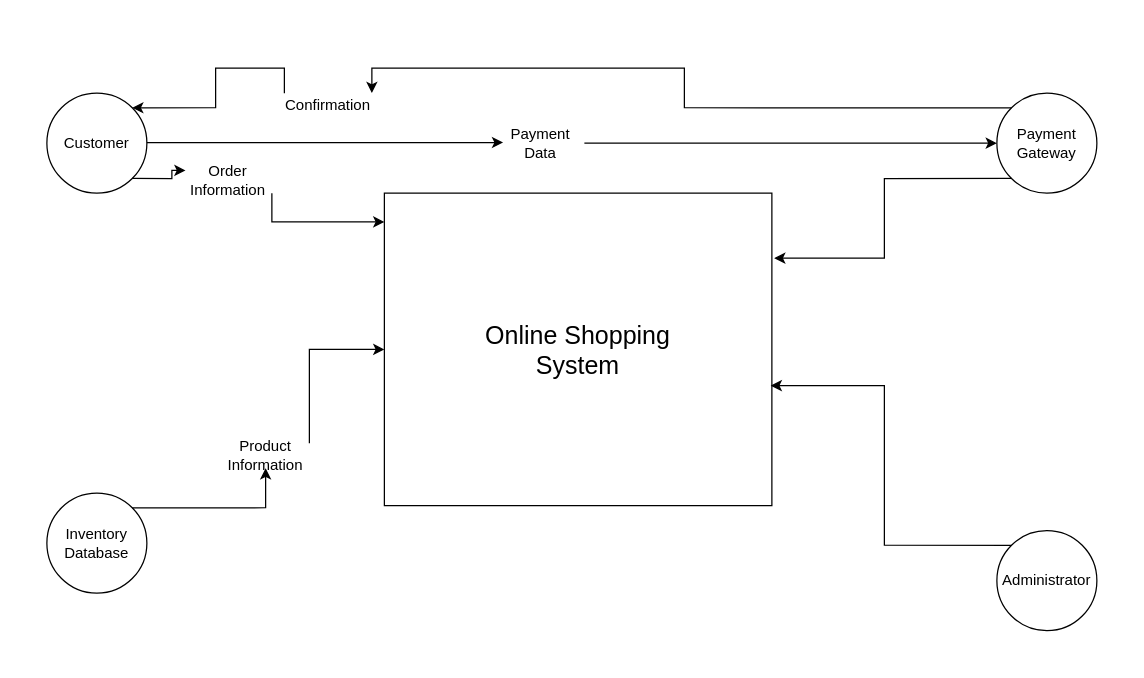
Chukwuebuka-2003/SE-DFD keeps this draw.io diagram as level 0 DFD.drawio. Above is the earlier version. Source tidied: cells renumbered, new cells numbered last; positions are measured from the earlier drawing's top-left corner, leaving out a move shared by most shapes. Both pictures are drawn from the tidied source at 125%, with x=0, y=0 at pixel (46, 92).
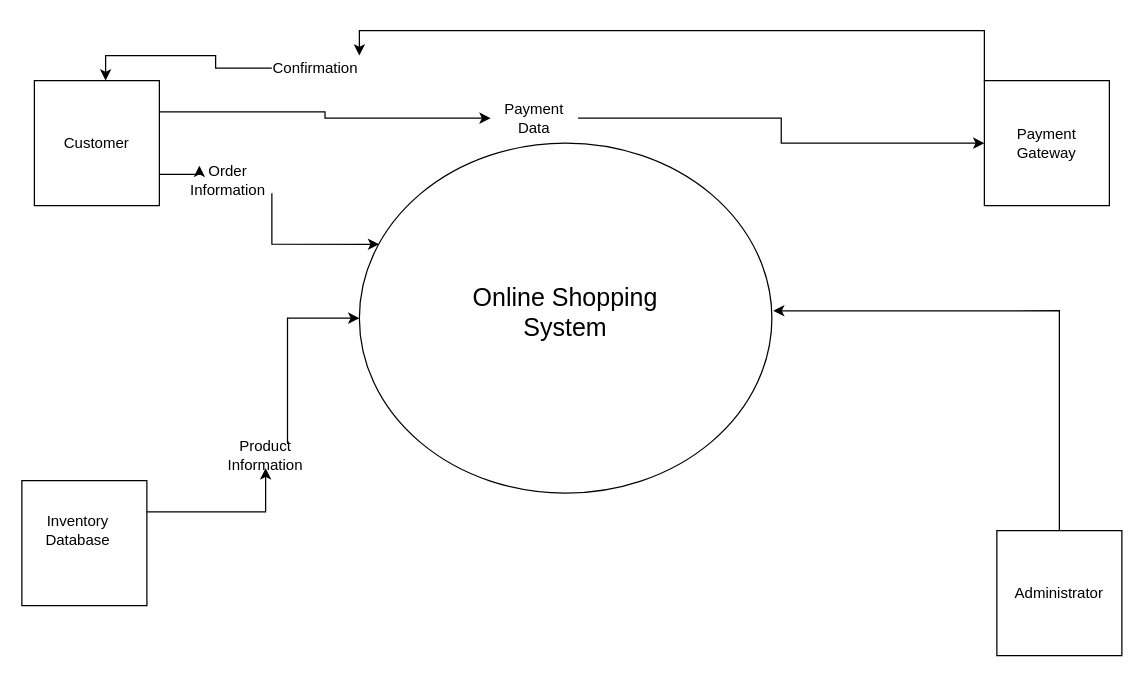
Above is the later version.

The change refers to these unchanged cells:
```xml
<mxCell id="19" value="Order Information " style="text;strokeColor=none;align=center;fillColor=none;html=1;verticalAlign=middle;whiteSpace=wrap;rounded=0;" parent="1" vertex="1">
  <mxGeometry x="110" y="60" width="70" height="20" as="geometry" />
</mxCell>
<mxCell id="21" value="Product Information" style="text;strokeColor=none;align=center;fillColor=none;html=1;verticalAlign=middle;whiteSpace=wrap;rounded=0;" parent="1" vertex="1">
  <mxGeometry x="140" y="280" width="70" height="20" as="geometry" />
</mxCell>
```

The edit, as a diff of the source:
```diff
@@
-    <mxCell id="2" style="rounded=0;whiteSpace=wrap;html=1;" parent="1" vertex="1">
-      <mxGeometry x="270" y="80" width="310" height="250" as="geometry" />
-    </mxCell>
-    <mxCell id="3" style="ellipse;whiteSpace=wrap;html=1;" parent="1" vertex="1">
-      <mxGeometry width="80" height="80" as="geometry" />
-    </mxCell>
-    <mxCell id="4" style="edgeStyle=orthogonalEdgeStyle;rounded=0;jettySize=auto;html=1;exitX=1;exitY=0;exitDx=0;exitDy=0;" parent="1" edge="1" source="21" target="2">
-      <mxGeometry relative="1" as="geometry" />
-    </mxCell>
-    <mxCell id="5" style="ellipse;whiteSpace=wrap;html=1;" parent="1" vertex="1">
-      <mxGeometry y="320" width="80" height="80" as="geometry" />
-    </mxCell>
-    <mxCell id="6" style="edgeStyle=orthogonalEdgeStyle;rounded=0;jettySize=auto;html=1;exitX=0;exitY=0;exitDx=0;exitDy=0;entryX=1;entryY=0;entryDx=0;entryDy=0;" parent="1" edge="1" source="25" target="3">
-      <mxGeometry relative="1" as="geometry" />
-    </mxCell>
-    <mxCell id="7" style="ellipse;whiteSpace=wrap;html=1;" parent="1" vertex="1">
-      <mxGeometry x="760" width="80" height="80" as="geometry" />
-    </mxCell>
+    <mxCell id="26" style="edgeStyle=orthogonalEdgeStyle;rounded=0;jettySize=auto;html=1;exitX=1;exitY=0.25;exitDx=0;exitDy=0;entryX=0.5;entryY=1;entryDx=0;entryDy=0;" parent="1" edge="1" source="27" target="21">
+      <mxGeometry relative="1" as="geometry" />
+    </mxCell>
+    <mxCell id="27" style="html=1;dashed=0;whiteSpace=wrap;" parent="1" vertex="1">
+      <mxGeometry x="-20" y="310" width="100" height="100" as="geometry" />
+    </mxCell>
+    <mxCell id="28" style="html=1;dashed=0;whiteSpace=wrap;" parent="1" vertex="1">
+      <mxGeometry x="760" y="350" width="100" height="100" as="geometry" />
+    </mxCell>
+    <mxCell id="29" style="edgeStyle=orthogonalEdgeStyle;rounded=0;jettySize=auto;html=1;exitX=0;exitY=0;exitDx=0;exitDy=0;entryX=1;entryY=0;entryDx=0;entryDy=0;" parent="1" edge="1" source="30" target="25">
+      <mxGeometry relative="1" as="geometry" />
+    </mxCell>
+    <mxCell id="30" style="html=1;dashed=0;whiteSpace=wrap;" parent="1" vertex="1">
+      <mxGeometry x="750" y="-10" width="100" height="100" as="geometry" />
+    </mxCell>
+    <mxCell id="31" style="edgeStyle=orthogonalEdgeStyle;rounded=0;jettySize=auto;html=1;exitX=1;exitY=0.25;exitDx=0;exitDy=0;entryX=0;entryY=0.5;entryDx=0;entryDy=0;" parent="1" edge="1" source="32" target="23">
+      <mxGeometry relative="1" as="geometry" />
+    </mxCell>
+    <mxCell id="32" style="html=1;dashed=0;whiteSpace=wrap;" parent="1" vertex="1">
+      <mxGeometry x="-10" y="-10" width="100" height="100" as="geometry" />
+    </mxCell>
+    <mxCell id="33" style="shape=ellipse;html=1;dashed=0;whiteSpace=wrap;perimeter=ellipsePerimeter;" parent="1" vertex="1">
+      <mxGeometry x="250" y="40" width="330" height="280" as="geometry" />
+    </mxCell>
     <mxCell id="8" value="&lt;font style=&quot;font-size: 20px;&quot;&gt;Online Shopping System&lt;/font&gt;" style="text;strokeColor=none;align=center;fillColor=none;html=1;verticalAlign=middle;whiteSpace=wrap;rounded=0;" parent="1" vertex="1">
-      <mxGeometry x="340" y="170" width="170" height="70" as="geometry" />
+      <mxGeometry x="330" y="140" width="170" height="70" as="geometry" />
     </mxCell>
-    <mxCell id="9" style="edgeStyle=orthogonalEdgeStyle;rounded=0;jettySize=auto;html=1;entryX=0;entryY=0.5;entryDx=0;entryDy=0;" parent="1" edge="1" source="23" target="7">
-      <mxGeometry relative="1" as="geometry" />
-    </mxCell>
@@
     <mxCell id="12" value="Inventory Database" style="text;strokeColor=none;align=center;fillColor=none;html=1;verticalAlign=middle;whiteSpace=wrap;rounded=0;" parent="1" vertex="1">
-      <mxGeometry x="5" y="350" width="70" height="20" as="geometry" />
+      <mxGeometry x="-10" y="340" width="70" height="20" as="geometry" />
     </mxCell>
-    <mxCell id="13" style="ellipse;whiteSpace=wrap;html=1;" parent="1" vertex="1">
-      <mxGeometry x="760" y="350" width="80" height="80" as="geometry" />
-    </mxCell>
     <mxCell id="14" value="Administrator" style="text;strokeColor=none;align=center;fillColor=none;html=1;verticalAlign=middle;whiteSpace=wrap;rounded=0;" parent="1" vertex="1">
-      <mxGeometry x="765" y="380" width="70" height="20" as="geometry" />
+      <mxGeometry x="775" y="390" width="70" height="20" as="geometry" />
     </mxCell>
-    <mxCell id="15" style="edgeStyle=orthogonalEdgeStyle;rounded=0;jettySize=auto;html=1;exitX=1;exitY=1;exitDx=0;exitDy=0;" parent="1" edge="1" source="19">
-      <mxGeometry relative="1" as="geometry">
-        <mxPoint x="270" y="103" as="targetPoint" />
-        <Array as="points">
-          <mxPoint x="180" y="103" />
-        </Array>
-      </mxGeometry>
-    </mxCell>
-    <mxCell id="16" style="edgeStyle=orthogonalEdgeStyle;rounded=0;jettySize=auto;html=1;exitX=0;exitY=1;exitDx=0;exitDy=0;entryX=1.006;entryY=0.208;entryDx=0;entryDy=0;entryPerimeter=0;" parent="1" edge="1" source="7" target="2">
-      <mxGeometry relative="1" as="geometry" />
-    </mxCell>
-    <mxCell id="17" style="edgeStyle=orthogonalEdgeStyle;rounded=0;jettySize=auto;html=1;exitX=0;exitY=0;exitDx=0;exitDy=0;entryX=0.997;entryY=0.616;entryDx=0;entryDy=0;entryPerimeter=0;" parent="1" edge="1" source="13" target="2">
-      <mxGeometry relative="1" as="geometry" />
-    </mxCell>
-    <mxCell id="18" style="edgeStyle=orthogonalEdgeStyle;rounded=0;jettySize=auto;html=1;exitX=1;exitY=1;exitDx=0;exitDy=0;entryX=0.013;entryY=0.092;entryDx=0;entryDy=0;entryPerimeter=0;" parent="1" edge="1" source="3" target="19">
-      <mxGeometry relative="1" as="geometry" />
-    </mxCell>
@@
-    <mxCell id="20" style="edgeStyle=orthogonalEdgeStyle;rounded=0;jettySize=auto;html=1;exitX=1;exitY=0;exitDx=0;exitDy=0;" parent="1" edge="1" source="5" target="21">
-      <mxGeometry relative="1" as="geometry" />
-    </mxCell>
+    <mxCell id="34" style="edgeStyle=orthogonalEdgeStyle;rounded=0;jettySize=auto;html=1;exitX=0.75;exitY=0;exitDx=0;exitDy=0;" parent="1" edge="1" source="21" target="33">
+      <mxGeometry relative="1" as="geometry" />
+    </mxCell>
@@
-    <mxCell id="22" style="edgeStyle=orthogonalEdgeStyle;rounded=0;orthogonalLoop=1;jettySize=auto;html=1;entryX=0;entryY=0.5;entryDx=0;entryDy=0;" parent="1" edge="1">
-      <mxGeometry relative="1" as="geometry">
-        <mxPoint x="80" y="39.5" as="sourcePoint" />
-        <mxPoint x="365" y="39.5" as="targetPoint" />
-        <Array as="points">
-          <mxPoint x="115" y="39.5" />
-          <mxPoint x="115" y="39.5" />
-        </Array>
-      </mxGeometry>
-    </mxCell>
+    <mxCell id="35" style="edgeStyle=orthogonalEdgeStyle;rounded=0;jettySize=auto;html=1;exitX=1;exitY=0.5;exitDx=0;exitDy=0;entryX=0;entryY=0.5;entryDx=0;entryDy=0;" parent="1" edge="1" source="23" target="30">
+      <mxGeometry relative="1" as="geometry" />
+    </mxCell>
     <mxCell id="23" value="Payment Data" style="text;strokeColor=none;align=center;fillColor=none;html=1;verticalAlign=middle;whiteSpace=wrap;rounded=0;" parent="1" vertex="1">
-      <mxGeometry x="360" y="30" width="70" height="20" as="geometry" />
+      <mxGeometry x="355" y="10" width="70" height="20" as="geometry" />
     </mxCell>
-    <mxCell id="24" style="edgeStyle=orthogonalEdgeStyle;rounded=0;jettySize=auto;html=1;exitX=0;exitY=0;exitDx=0;exitDy=0;entryX=1;entryY=0;entryDx=0;entryDy=0;" parent="1" edge="1" source="7" target="25">
-      <mxGeometry relative="1" as="geometry" />
-    </mxCell>
     <mxCell id="25" value="Confirmation" style="text;strokeColor=none;align=center;fillColor=none;html=1;verticalAlign=middle;whiteSpace=wrap;rounded=0;" parent="1" vertex="1">
-      <mxGeometry x="190" width="70" height="20" as="geometry" />
+      <mxGeometry x="180" y="-30" width="70" height="20" as="geometry" />
     </mxCell>
+    <mxCell id="36" style="edgeStyle=orthogonalEdgeStyle;rounded=0;jettySize=auto;html=1;exitX=0;exitY=0.5;exitDx=0;exitDy=0;entryX=0.57;entryY=0;entryDx=0;entryDy=0;entryPerimeter=0;" parent="1" edge="1" source="25" target="32">
+      <mxGeometry relative="1" as="geometry" />
+    </mxCell>
+    <mxCell id="37" style="edgeStyle=orthogonalEdgeStyle;rounded=0;jettySize=auto;html=1;exitX=1;exitY=1;exitDx=0;exitDy=0;entryX=0.048;entryY=0.289;entryDx=0;entryDy=0;entryPerimeter=0;" parent="1" edge="1" source="19" target="33">
+      <mxGeometry relative="1" as="geometry" />
+    </mxCell>
+    <mxCell id="38" style="edgeStyle=orthogonalEdgeStyle;rounded=0;jettySize=auto;html=1;exitX=1;exitY=0.75;exitDx=0;exitDy=0;entryX=0.171;entryY=-0.1;entryDx=0;entryDy=0;entryPerimeter=0;" parent="1" edge="1" source="32" target="19">
+      <mxGeometry relative="1" as="geometry" />
+    </mxCell>
+    <mxCell id="39" style="edgeStyle=orthogonalEdgeStyle;rounded=0;jettySize=auto;html=1;exitX=0.5;exitY=0;exitDx=0;exitDy=0;entryX=1.003;entryY=0.479;entryDx=0;entryDy=0;entryPerimeter=0;" parent="1" edge="1" source="28" target="33">
+      <mxGeometry relative="1" as="geometry" />
+    </mxCell>
```
